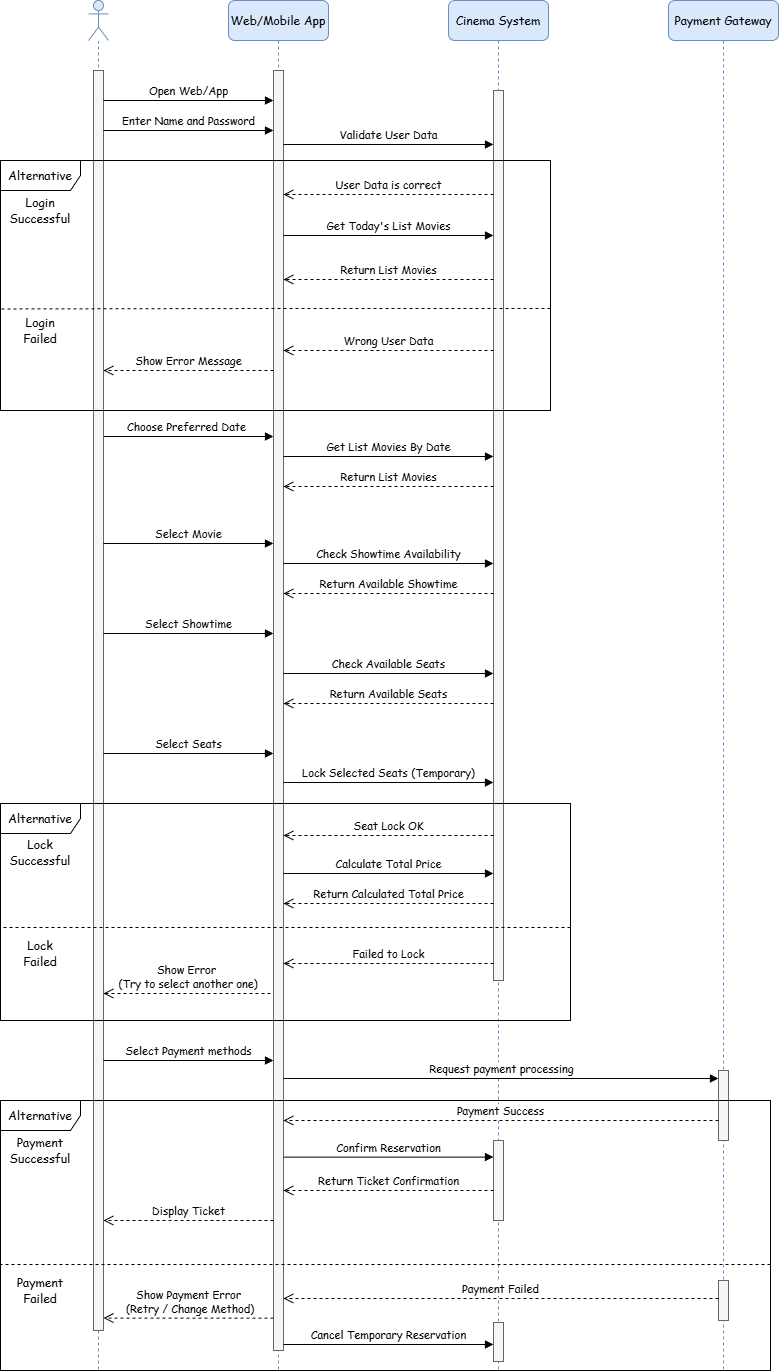
The draw.io diagram Diagrams/Sequence diagram/User Sequence Diagram .drawio.png in YoussefHanna64-bit/Cinema-Ticket-Reservation-System, before a commit. Source tidied: cells renumbered, new cells last; positions are measured from the earlier drawing's top-left corner, leaving out a move shared by most shapes.
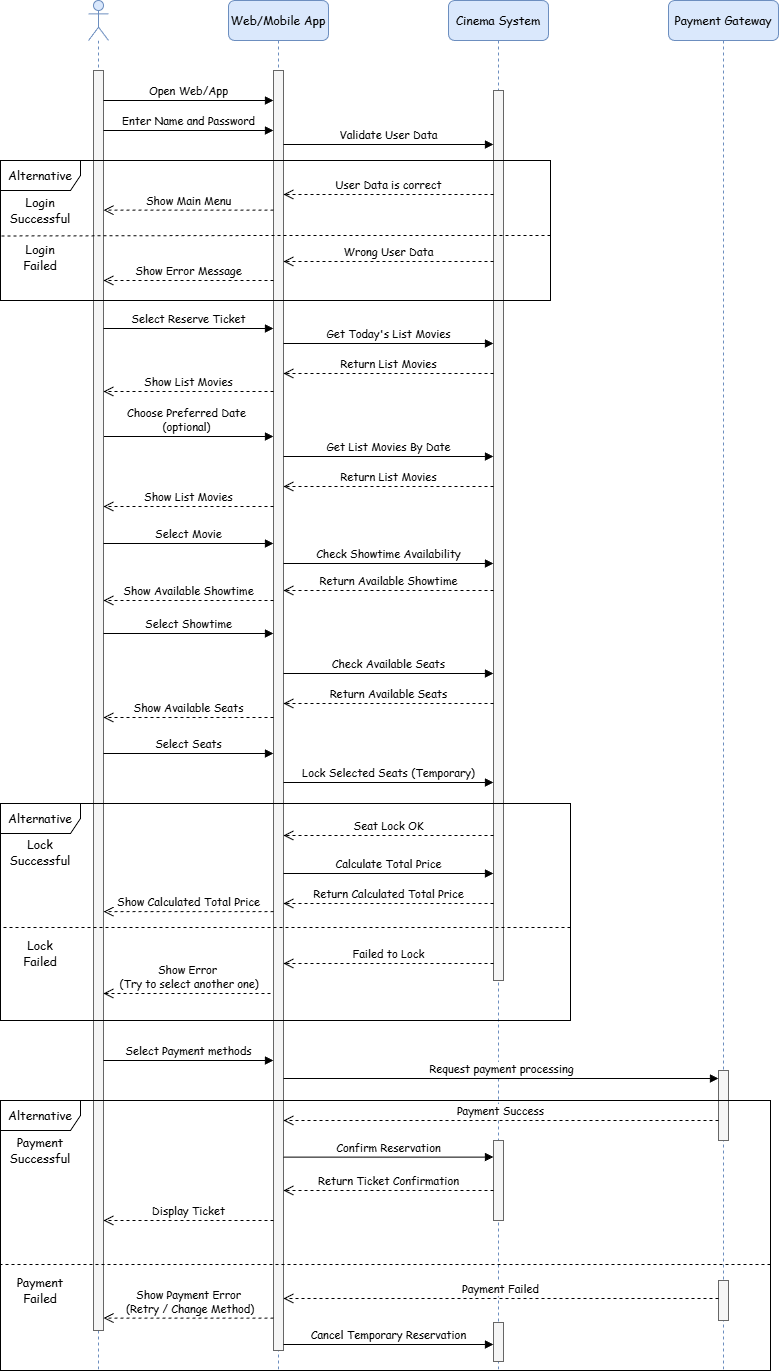
Above is the later version.

Commit message:
Update User Sequence Diagram image

What changed in the source:
```diff
@@ -2,7 +2,7 @@
   <root>
     <mxCell id="0" />
     <mxCell id="1" parent="0" />
-    <mxCell id="2" value="&lt;font face=&quot;Comic Sans MS&quot;&gt;Choose Preferred Date&lt;/font&gt;" style="html=1;verticalAlign=bottom;endArrow=block;edgeStyle=elbowEdgeStyle;elbow=vertical;curved=0;rounded=0;" parent="1" edge="1">
+    <mxCell id="2" value="&lt;font face=&quot;Comic Sans MS&quot;&gt;Choose Preferred Date&lt;/font&gt;&lt;div&gt;&lt;font face=&quot;Comic Sans MS&quot;&gt;(optional)&lt;/font&gt;&lt;/div&gt;" style="html=1;verticalAlign=bottom;endArrow=block;edgeStyle=elbowEdgeStyle;elbow=vertical;curved=0;rounded=0;" parent="1" edge="1">
       <mxGeometry relative="1" as="geometry">
         <mxPoint x="97.8" y="436" as="sourcePoint" />
         <mxPoint x="273" y="436" as="targetPoint" />
@@ -59,19 +59,19 @@
     </mxCell>
     <mxCell id="13" value="&lt;font face=&quot;Comic Sans MS&quot;&gt;Return List Movies&lt;/font&gt;" style="html=1;verticalAlign=bottom;endArrow=open;dashed=1;endSize=8;edgeStyle=elbowEdgeStyle;elbow=vertical;curved=0;rounded=0;" parent="1" edge="1">
       <mxGeometry relative="1" as="geometry">
-        <mxPoint x="493" y="279" as="sourcePoint" />
-        <mxPoint x="283" y="279" as="targetPoint" />
+        <mxPoint x="493" y="373" as="sourcePoint" />
+        <mxPoint x="283" y="373" as="targetPoint" />
         <Array as="points">
-          <mxPoint x="423.2" y="279" />
+          <mxPoint x="423.2" y="373" />
         </Array>
       </mxGeometry>
     </mxCell>
     <mxCell id="14" value="&lt;font face=&quot;Comic Sans MS&quot;&gt;Get Today's List Movies&lt;/font&gt;" style="html=1;verticalAlign=bottom;endArrow=block;edgeStyle=elbowEdgeStyle;elbow=horizontal;curved=0;rounded=0;" parent="1" edge="1">
       <mxGeometry relative="1" as="geometry">
-        <mxPoint x="283" y="235" as="sourcePoint" />
-        <mxPoint x="493" y="235" as="targetPoint" />
+        <mxPoint x="283" y="343" as="sourcePoint" />
+        <mxPoint x="493" y="343" as="targetPoint" />
         <Array as="points">
-          <mxPoint x="368" y="235" />
+          <mxPoint x="368" y="343" />
         </Array>
       </mxGeometry>
     </mxCell>
@@ -93,12 +93,10 @@
         </Array>
       </mxGeometry>
     </mxCell>
-    <mxCell id="17" value="&lt;font face=&quot;Comic Sans MS&quot;&gt;Return&amp;nbsp;Available&amp;nbsp;Showtime&lt;/font&gt;" style="html=1;verticalAlign=bottom;endArrow=open;dashed=1;endSize=8;edgeStyle=elbowEdgeStyle;elbow=vertical;curved=0;rounded=0;" parent="1" edge="1">
+    <mxCell id="17" value="&lt;font face=&quot;Comic Sans MS&quot;&gt;Show Available&amp;nbsp;Showtime&lt;/font&gt;" style="html=1;verticalAlign=bottom;endArrow=open;dashed=1;endSize=8;edgeStyle=elbowEdgeStyle;elbow=vertical;curved=0;rounded=0;" parent="1" edge="1" source="6" target="4">
       <mxGeometry relative="1" as="geometry">
-        <mxPoint x="493" y="593" as="sourcePoint" />
-        <mxPoint x="283" y="593" as="targetPoint" />
         <Array as="points">
-          <mxPoint x="423.2" y="593" />
+          <mxPoint x="240.2" y="600" />
         </Array>
       </mxGeometry>
     </mxCell>
@@ -328,7 +326,7 @@
       </mxGeometry>
     </mxCell>
     <mxCell id="50" value="&lt;span style=&quot;font-family: &amp;quot;Comic Sans MS&amp;quot;;&quot;&gt;Alternative&lt;/span&gt;" style="shape=umlFrame;whiteSpace=wrap;html=1;width=80;height=30;" parent="1" vertex="1">
-      <mxGeometry y="160" width="550" height="250" as="geometry" />
+      <mxGeometry y="160" width="550" height="140" as="geometry" />
     </mxCell>
     <mxCell id="51" value="&lt;font face=&quot;Comic Sans MS&quot;&gt;Validate User Data&lt;/font&gt;" style="html=1;verticalAlign=bottom;endArrow=block;edgeStyle=elbowEdgeStyle;elbow=horizontal;curved=0;rounded=0;" parent="1" edge="1">
       <mxGeometry relative="1" as="geometry">
@@ -350,23 +348,25 @@
     </mxCell>
     <mxCell id="53" style="html=1;verticalAlign=bottom;endArrow=none;dashed=1;endSize=8;edgeStyle=elbowEdgeStyle;elbow=horizontal;curved=0;rounded=0;endFill=0;entryX=0;entryY=0.544;entryDx=0;entryDy=0;entryPerimeter=0;" parent="1" edge="1">
       <mxGeometry relative="1" as="geometry">
-        <mxPoint x="550" y="308" as="sourcePoint" />
-        <mxPoint y="308.5" as="targetPoint" />
+        <mxPoint x="550" y="235" as="sourcePoint" />
+        <mxPoint y="235.5" as="targetPoint" />
       </mxGeometry>
     </mxCell>
     <mxCell id="54" value="&lt;font face=&quot;Comic Sans MS&quot;&gt;Wrong User Data&lt;/font&gt;" style="html=1;verticalAlign=bottom;endArrow=open;dashed=1;endSize=8;edgeStyle=elbowEdgeStyle;elbow=vertical;curved=0;rounded=0;" parent="1" edge="1">
       <mxGeometry relative="1" as="geometry">
-        <mxPoint x="493" y="350" as="sourcePoint" />
-        <mxPoint x="283" y="350" as="targetPoint" />
+        <mxPoint x="493" y="261" as="sourcePoint" />
+        <mxPoint x="283" y="261" as="targetPoint" />
         <Array as="points">
-          <mxPoint x="423.2" y="350" />
+          <mxPoint x="423.2" y="261" />
         </Array>
       </mxGeometry>
     </mxCell>
-    <mxCell id="55" value="&lt;font face=&quot;Comic Sans MS&quot;&gt;Show Error Message&lt;br&gt;&lt;/font&gt;" style="html=1;verticalAlign=bottom;endArrow=open;dashed=1;endSize=8;edgeStyle=elbowEdgeStyle;elbow=horizontal;curved=0;rounded=0;" parent="1" edge="1" source="6" target="4">
+    <mxCell id="55" value="&lt;font face=&quot;Comic Sans MS&quot;&gt;Show Error Message&lt;br&gt;&lt;/font&gt;" style="html=1;verticalAlign=bottom;endArrow=open;dashed=1;endSize=8;edgeStyle=elbowEdgeStyle;elbow=horizontal;curved=0;rounded=0;" parent="1" edge="1">
       <mxGeometry relative="1" as="geometry">
+        <mxPoint x="273" y="280" as="sourcePoint" />
+        <mxPoint x="103" y="280" as="targetPoint" />
         <Array as="points">
-          <mxPoint x="195.2" y="370" />
+          <mxPoint x="195.2" y="280" />
         </Array>
       </mxGeometry>
     </mxCell>
@@ -374,7 +374,68 @@
       <mxGeometry y="190" width="80" height="40" as="geometry" />
     </mxCell>
     <mxCell id="57" value="&lt;font face=&quot;Comic Sans MS&quot;&gt;Login&lt;/font&gt;&lt;div&gt;&lt;font face=&quot;Comic Sans MS&quot;&gt;Failed&lt;/font&gt;&lt;/div&gt;" style="text;html=1;whiteSpace=wrap;strokeColor=none;fillColor=none;align=center;verticalAlign=middle;rounded=0;" parent="1" vertex="1">
-      <mxGeometry y="310" width="80" height="40" as="geometry" />
+      <mxGeometry y="237" width="80" height="40" as="geometry" />
     </mxCell>
+    <mxCell id="58" value="&lt;span style=&quot;font-family: &amp;quot;Comic Sans MS&amp;quot;;&quot;&gt;Show&amp;nbsp;&lt;/span&gt;&lt;font face=&quot;Comic Sans MS&quot;&gt;Main Menu&lt;/font&gt;" style="html=1;verticalAlign=bottom;endArrow=open;dashed=1;endSize=8;edgeStyle=elbowEdgeStyle;elbow=vertical;curved=0;rounded=0;" parent="1" edge="1">
+      <mxGeometry relative="1" as="geometry">
+        <mxPoint x="273" y="209.7" as="sourcePoint" />
+        <mxPoint x="103" y="209.7" as="targetPoint" />
+        <Array as="points">
+          <mxPoint x="240.2" y="209.7" />
+        </Array>
+      </mxGeometry>
+    </mxCell>
+    <mxCell id="59" value="&lt;span style=&quot;font-family: &amp;quot;Comic Sans MS&amp;quot;;&quot;&gt;Show&amp;nbsp;&lt;/span&gt;&lt;font face=&quot;Comic Sans MS&quot;&gt;List Movies&lt;/font&gt;" style="html=1;verticalAlign=bottom;endArrow=open;dashed=1;endSize=8;edgeStyle=elbowEdgeStyle;elbow=vertical;curved=0;rounded=0;" parent="1" edge="1">
+      <mxGeometry relative="1" as="geometry">
+        <mxPoint x="273" y="506" as="sourcePoint" />
+        <mxPoint x="103" y="506" as="targetPoint" />
+        <Array as="points">
+          <mxPoint x="240" y="506" />
+        </Array>
+      </mxGeometry>
+    </mxCell>
+    <mxCell id="60" value="&lt;font face=&quot;Comic Sans MS&quot;&gt;Return&amp;nbsp;Available&amp;nbsp;Showtime&lt;/font&gt;" style="html=1;verticalAlign=bottom;endArrow=open;dashed=1;endSize=8;edgeStyle=elbowEdgeStyle;elbow=vertical;curved=0;rounded=0;" parent="1" edge="1">
+      <mxGeometry relative="1" as="geometry">
+        <mxPoint x="493" y="590" as="sourcePoint" />
+        <mxPoint x="283" y="590" as="targetPoint" />
+        <Array as="points">
+          <mxPoint x="423.2" y="590" />
+        </Array>
+      </mxGeometry>
+    </mxCell>
+    <mxCell id="61" value="&lt;span style=&quot;font-family: &amp;quot;Comic Sans MS&amp;quot;;&quot;&gt;Show&lt;/span&gt;&lt;font face=&quot;Comic Sans MS&quot;&gt;&amp;nbsp;Available Seats&lt;/font&gt;" style="html=1;verticalAlign=bottom;endArrow=open;dashed=1;endSize=8;edgeStyle=elbowEdgeStyle;elbow=horizontal;curved=0;rounded=0;" parent="1" edge="1">
+      <mxGeometry relative="1" as="geometry">
+        <mxPoint x="273" y="717" as="sourcePoint" />
+        <mxPoint x="103" y="717" as="targetPoint" />
+        <Array as="points">
+          <mxPoint x="240.2" y="717" />
+        </Array>
+      </mxGeometry>
+    </mxCell>
+    <mxCell id="62" value="&lt;span style=&quot;font-family: &amp;quot;Comic Sans MS&amp;quot;;&quot;&gt;Show&lt;/span&gt;&lt;font face=&quot;Comic Sans MS&quot;&gt;&amp;nbsp;&lt;/font&gt;&lt;span style=&quot;font-family: &amp;quot;Comic Sans MS&amp;quot;;&quot;&gt;Calculated Total Price&lt;/span&gt;" style="html=1;verticalAlign=bottom;endArrow=open;dashed=1;endSize=8;edgeStyle=elbowEdgeStyle;elbow=horizontal;curved=0;rounded=0;" parent="1" edge="1" source="6" target="4">
+      <mxGeometry relative="1" as="geometry">
+        <Array as="points">
+          <mxPoint x="240.2" y="911.2" />
+        </Array>
+      </mxGeometry>
+    </mxCell>
+    <mxCell id="63" value="&lt;font face=&quot;Comic Sans MS&quot;&gt;Select Reserve Ticket&lt;/font&gt;" style="html=1;verticalAlign=bottom;endArrow=block;edgeStyle=elbowEdgeStyle;elbow=vertical;curved=0;rounded=0;" parent="1" edge="1">
+      <mxGeometry relative="1" as="geometry">
+        <mxPoint x="103" y="328" as="sourcePoint" />
+        <mxPoint x="273" y="328" as="targetPoint" />
+        <Array as="points">
+          <mxPoint x="190.2" y="328" />
+        </Array>
+      </mxGeometry>
+    </mxCell>
+    <mxCell id="64" value="&lt;span style=&quot;font-family: &amp;quot;Comic Sans MS&amp;quot;;&quot;&gt;Show&amp;nbsp;&lt;/span&gt;&lt;font face=&quot;Comic Sans MS&quot;&gt;List Movies&lt;/font&gt;" style="html=1;verticalAlign=bottom;endArrow=open;dashed=1;endSize=8;edgeStyle=elbowEdgeStyle;elbow=vertical;curved=0;rounded=0;" parent="1" edge="1">
+      <mxGeometry relative="1" as="geometry">
+        <mxPoint x="273" y="391" as="sourcePoint" />
+        <mxPoint x="103" y="391" as="targetPoint" />
+        <Array as="points">
+          <mxPoint x="240.2" y="391" />
+        </Array>
+      </mxGeometry>
+    </mxCell>
   </root>
 </mxGraphModel>
```
